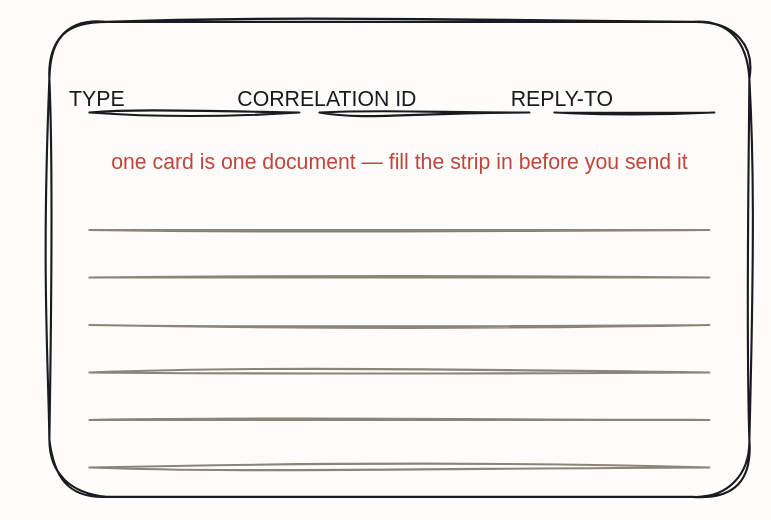
Above: resources/paper-document-card.drawio in iancooper/practical-messaging (draw.io), before the change. Source tidied: cells renumbered, new cells numbered last; positions are measured from the earlier drawing's top-left corner, leaving out a move shared by most shapes. Both pictures are drawn from the tidied source at 125%, with x=0, y=0 at pixel (21, 21).
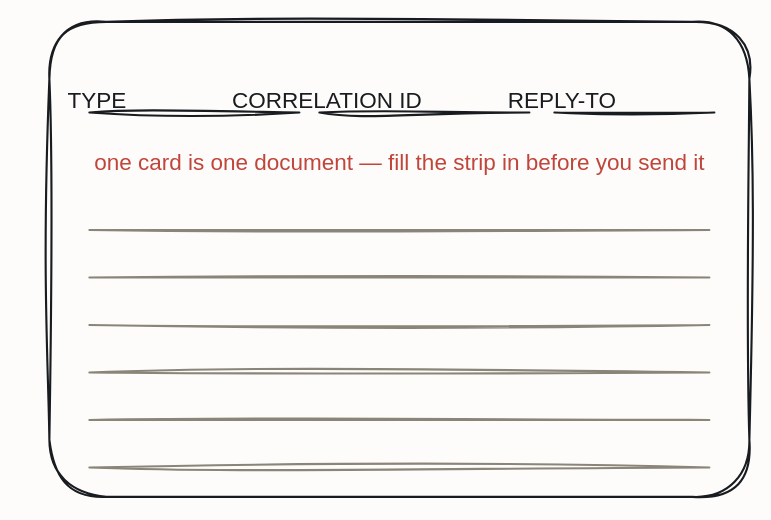
The same page after the edit.

Diff of the diagram source:
```diff
@@
 <mxGraphModel background="#FDFCFA">
   <root>
     <mxCell id="0" />
     <mxCell id="1" parent="0" />
     <mxCell id="2" style="sketch=1;hachureGap=4;jiggle=2;curveFitting=1;fontFamily=Caveat;html=1;rounded=1;arcSize=12;strokeColor=#181B1F;strokeWidth=1.7;fillColor=none;fontColor=#181B1F;fontSize=15;" parent="1" vertex="1">
       <mxGeometry x="22" width="560" height="380" as="geometry" />
     </mxCell>
-    <mxCell id="3" value="TYPE" style="text;html=1;align=center;fontFamily=Caveat;fontSize=17;fontColor=#181B1F;" parent="1" vertex="1">
+    <mxCell id="3" value="TYPE" style="text;html=1;align=center;fontFamily=Caveat;fontSize=18;fontColor=#181B1F;" parent="1" vertex="1">
       <mxGeometry y="46" width="120" height="20" as="geometry" />
     </mxCell>
     <mxCell id="4" style="sketch=1;hachureGap=4;jiggle=2;curveFitting=1;fontFamily=Caveat;html=1;shape=line;strokeColor=#181B1F;strokeWidth=1.7;fillColor=none;fontColor=#181B1F;fontSize=13;" parent="1" vertex="1">
       <mxGeometry x="54" y="72" width="168" height="1" as="geometry" />
     </mxCell>
-    <mxCell id="5" value="CORRELATION ID" style="text;html=1;align=center;fontFamily=Caveat;fontSize=17;fontColor=#181B1F;" parent="1" vertex="1">
+    <mxCell id="5" value="CORRELATION ID" style="text;html=1;align=center;fontFamily=Caveat;fontSize=18;fontColor=#181B1F;" parent="1" vertex="1">
       <mxGeometry x="184" y="46" width="120" height="20" as="geometry" />
     </mxCell>
     <mxCell id="6" style="sketch=1;hachureGap=4;jiggle=2;curveFitting=1;fontFamily=Caveat;html=1;shape=line;strokeColor=#181B1F;strokeWidth=1.7;fillColor=none;fontColor=#181B1F;fontSize=13;" parent="1" vertex="1">
       <mxGeometry x="238" y="72" width="168" height="1" as="geometry" />
     </mxCell>
-    <mxCell id="7" value="REPLY-TO" style="text;html=1;align=center;fontFamily=Caveat;fontSize=17;fontColor=#181B1F;" parent="1" vertex="1">
+    <mxCell id="7" value="REPLY-TO" style="text;html=1;align=center;fontFamily=Caveat;fontSize=18;fontColor=#181B1F;" parent="1" vertex="1">
       <mxGeometry x="372" y="46" width="120" height="20" as="geometry" />
     </mxCell>
     <mxCell id="8" style="sketch=1;hachureGap=4;jiggle=2;curveFitting=1;fontFamily=Caveat;html=1;shape=line;strokeColor=#181B1F;strokeWidth=1.7;fillColor=none;fontColor=#181B1F;fontSize=13;" parent="1" vertex="1">
       <mxGeometry x="426" y="72" width="128" height="1" as="geometry" />
     </mxCell>
-    <mxCell id="9" value="one card is one document — fill the strip in before you send it" style="text;html=1;align=center;fontFamily=Caveat;fontSize=17;fontColor=#C0453B;" parent="1" vertex="1">
+    <mxCell id="9" value="one card is one document — fill the strip in before you send it" style="text;html=1;align=center;fontFamily=Caveat;fontSize=18;fontColor=#C0453B;" parent="1" vertex="1">
       <mxGeometry x="242" y="96" width="120" height="20" as="geometry" />
     </mxCell>
     <mxCell id="10" style="sketch=1;hachureGap=4;jiggle=2;curveFitting=1;fontFamily=Caveat;html=1;shape=line;strokeColor=#8A8578;strokeWidth=1.7;fillColor=none;fontColor=#8A8578;fontSize=13;" parent="1" vertex="1">
       <mxGeometry x="54" y="166" width="496" height="1" as="geometry" />
     </mxCell>
     <mxCell id="11" style="sketch=1;hachureGap=4;jiggle=2;curveFitting=1;fontFamily=Caveat;html=1;shape=line;strokeColor=#8A8578;strokeWidth=1.7;fillColor=none;fontColor=#8A8578;fontSize=13;" parent="1" vertex="1">
       <mxGeometry x="54" y="204" width="496" height="1" as="geometry" />
     </mxCell>
     <mxCell id="12" style="sketch=1;hachureGap=4;jiggle=2;curveFitting=1;fontFamily=Caveat;html=1;shape=line;strokeColor=#8A8578;strokeWidth=1.7;fillColor=none;fontColor=#8A8578;fontSize=13;" parent="1" vertex="1">
       <mxGeometry x="54" y="242" width="496" height="1" as="geometry" />
     </mxCell>
     <mxCell id="13" style="sketch=1;hachureGap=4;jiggle=2;curveFitting=1;fontFamily=Caveat;html=1;shape=line;strokeColor=#8A8578;strokeWidth=1.7;fillColor=none;fontColor=#8A8578;fontSize=13;" parent="1" vertex="1">
       <mxGeometry x="54" y="280" width="496" height="1" as="geometry" />
     </mxCell>
     <mxCell id="14" style="sketch=1;hachureGap=4;jiggle=2;curveFitting=1;fontFamily=Caveat;html=1;shape=line;strokeColor=#8A8578;strokeWidth=1.7;fillColor=none;fontColor=#8A8578;fontSize=13;" parent="1" vertex="1">
       <mxGeometry x="54" y="318" width="496" height="1" as="geometry" />
     </mxCell>
     <mxCell id="15" style="sketch=1;hachureGap=4;jiggle=2;curveFitting=1;fontFamily=Caveat;html=1;shape=line;strokeColor=#8A8578;strokeWidth=1.7;fillColor=none;fontColor=#8A8578;fontSize=13;" parent="1" vertex="1">
       <mxGeometry x="54" y="356" width="496" height="1" as="geometry" />
     </mxCell>
   </root>
 </mxGraphModel>
```
